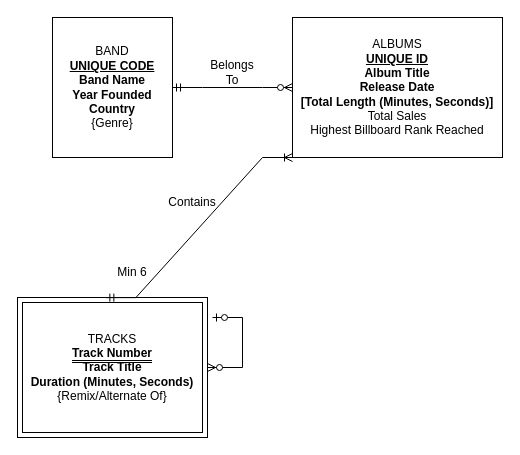
Earlier version of the draw.io diagram page "Question 1" (1 of 2) of Morrow_Homework1_Final.drawio (ryan-j-morrow/BAIS-3200-Database-Management). Source tidied: cells renumbered, new cells numbered last; positions are measured from the earlier drawing's top-left corner, leaving out a move shared by most shapes. Both pictures are drawn from the tidied source at 100%, with x=0, y=0 at pixel (17, 17).
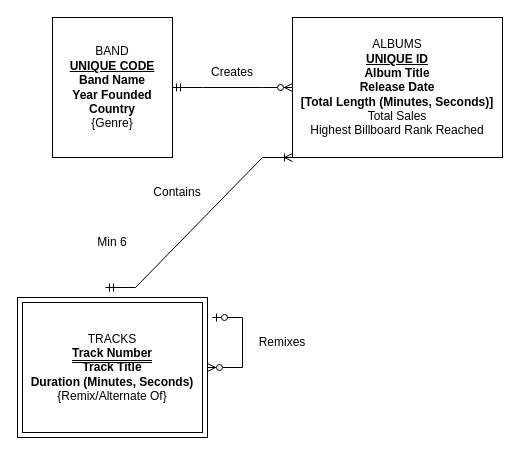
The same diagram, later.

The edit, as a diff of the source:
```diff
@@
 <mxGraphModel>
   <root>
     <mxCell id="0" />
     <mxCell id="1" parent="0" />
     <mxCell id="2" value="&lt;div&gt;BAND&lt;/div&gt;&lt;div&gt;&lt;u&gt;&lt;b&gt;UNIQUE CODE&lt;/b&gt;&lt;/u&gt;&lt;/div&gt;&lt;div&gt;&lt;b&gt;Band Name&lt;/b&gt;&lt;/div&gt;&lt;div&gt;&lt;b&gt;Year Founded&lt;/b&gt;&lt;/div&gt;&lt;div&gt;&lt;b&gt;Country&lt;/b&gt;&lt;/div&gt;&lt;div&gt;{Genre}&lt;/div&gt;" style="whiteSpace=wrap;html=1;align=center;" parent="1" vertex="1">
       <mxGeometry x="35" width="120" height="140" as="geometry" />
     </mxCell>
     <mxCell id="3" value="&lt;div&gt;ALBUMS&lt;/div&gt;&lt;div&gt;&lt;u&gt;&lt;b&gt;UNIQUE ID&lt;/b&gt;&lt;/u&gt;&lt;/div&gt;&lt;div&gt;&lt;b&gt;Album Title&lt;/b&gt;&lt;/div&gt;&lt;div&gt;&lt;span style=&quot;background-color: initial;&quot;&gt;&lt;b&gt;Release Date&lt;/b&gt;&lt;/span&gt;&lt;/div&gt;&lt;div&gt;&lt;b&gt;[Total Length (Minutes, Seconds)]&lt;/b&gt;&lt;/div&gt;&lt;div&gt;Total Sales&lt;/div&gt;&lt;div&gt;Highest Billboard Rank Reached&lt;/div&gt;" style="whiteSpace=wrap;html=1;align=center;" parent="1" vertex="1">
       <mxGeometry x="275" width="210" height="140" as="geometry" />
     </mxCell>
     <mxCell id="4" value="&lt;div&gt;TRACKS&lt;/div&gt;&lt;div&gt;&lt;span style=&quot;border-bottom: 3px double;margin-bottom: 5px;&quot;&gt;&lt;b&gt;Track Number&lt;/b&gt;&lt;/span&gt;&lt;/div&gt;&lt;div&gt;&lt;b&gt;Track Title&lt;br&gt;&lt;/b&gt;&lt;/div&gt;&lt;div&gt;&lt;b&gt;Duration (Minutes, Seconds)&lt;/b&gt;&lt;/div&gt;&lt;div&gt;{Remix/Alternate Of}&lt;/div&gt;" style="shape=ext;margin=3;double=1;whiteSpace=wrap;html=1;align=center;" parent="1" vertex="1">
       <mxGeometry y="280" width="190" height="140" as="geometry" />
     </mxCell>
     <mxCell id="5" style="edgeStyle=entityRelationEdgeStyle;fontSize=12;html=1;endArrow=ERzeroToMany;startArrow=ERmandOne;rounded=0;entryX=0;entryY=0.5;entryDx=0;entryDy=0;exitX=1;exitY=0.5;exitDx=0;exitDy=0;" parent="1" edge="1" source="2" target="3">
       <mxGeometry relative="1" as="geometry" />
     </mxCell>
-    <mxCell id="6" style="edgeStyle=entityRelationEdgeStyle;fontSize=12;html=1;endArrow=ERoneToMany;startArrow=ERmandOne;rounded=0;endFill=0;entryX=0;entryY=1;entryDx=0;entryDy=0;exitX=0.465;exitY=0.001;exitDx=0;exitDy=0;exitPerimeter=0;" parent="1" edge="1" source="4" target="3">
+    <mxCell id="6" style="edgeStyle=entityRelationEdgeStyle;fontSize=12;html=1;endArrow=ERoneToMany;startArrow=ERmandOne;rounded=0;endFill=0;entryX=0;entryY=1;entryDx=0;entryDy=0;" parent="1" edge="1" target="3">
       <mxGeometry relative="1" as="geometry">
+        <mxPoint x="88" y="270" as="sourcePoint" />
         <Array as="points">
           <mxPoint x="135" y="270" />
           <mxPoint x="85" y="230" />
         </Array>
       </mxGeometry>
     </mxCell>
     <mxCell id="7" value="Min 6" style="text;html=1;strokeColor=none;fillColor=none;align=center;verticalAlign=middle;whiteSpace=wrap;rounded=0;" parent="1" vertex="1">
-      <mxGeometry x="85" y="240" width="60" height="30" as="geometry" />
+      <mxGeometry x="65" y="210" width="60" height="30" as="geometry" />
     </mxCell>
-    <mxCell id="8" value="Belongs To" style="text;html=1;strokeColor=none;fillColor=none;align=center;verticalAlign=middle;whiteSpace=wrap;rounded=0;" parent="1" vertex="1">
+    <mxCell id="8" value="Creates" style="text;html=1;strokeColor=none;fillColor=none;align=center;verticalAlign=middle;whiteSpace=wrap;rounded=0;" parent="1" vertex="1">
       <mxGeometry x="185" y="40" width="60" height="30" as="geometry" />
     </mxCell>
     <mxCell id="9" value="Contains" style="text;html=1;strokeColor=none;fillColor=none;align=center;verticalAlign=middle;whiteSpace=wrap;rounded=0;" parent="1" vertex="1">
-      <mxGeometry x="145" y="170" width="60" height="30" as="geometry" />
+      <mxGeometry x="130" y="160" width="60" height="30" as="geometry" />
     </mxCell>
     <mxCell id="10" style="edgeStyle=entityRelationEdgeStyle;fontSize=12;html=1;endArrow=ERzeroToMany;startArrow=ERzeroToOne;rounded=0;" parent="1" edge="1" target="4">
       <mxGeometry relative="1" as="geometry">
         <mxPoint x="195" y="300" as="sourcePoint" />
         <Array as="points">
           <mxPoint x="787" y="388" />
           <mxPoint x="587" y="538" />
           <mxPoint x="757" y="468" />
           <mxPoint x="817" y="408" />
         </Array>
       </mxGeometry>
     </mxCell>
+    <mxCell id="11" value="Remixes" style="text;html=1;strokeColor=none;fillColor=none;align=center;verticalAlign=middle;whiteSpace=wrap;rounded=0;" parent="1" vertex="1">
+      <mxGeometry x="235" y="310" width="60" height="30" as="geometry" />
+    </mxCell>
   </root>
 </mxGraphModel>
```
